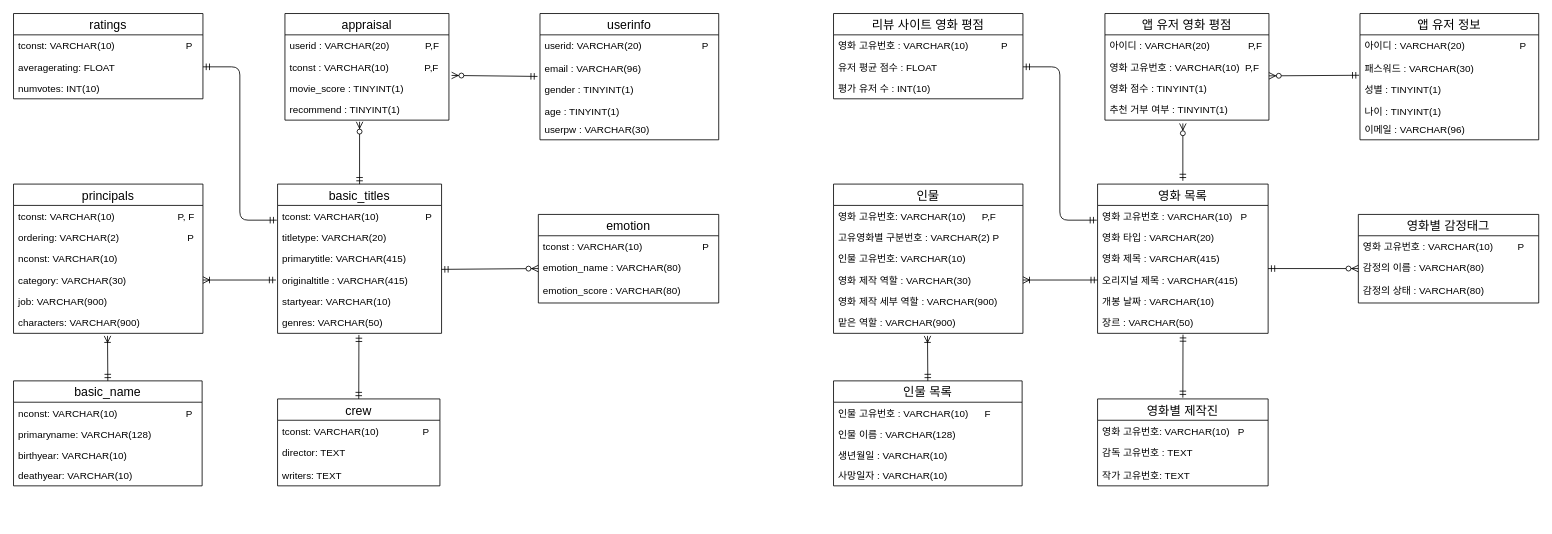
Earlier version of the draw.io diagram Project/draw.io/[DB] ERD.drawio (jjunjang/take_a_look_Dev). Source tidied: cells renumbered, new cells numbered last; positions are measured from the earlier drawing's top-left corner, leaving out a move shared by most shapes. Both pictures are drawn from the tidied source at 82%, with x=0, y=0 at pixel (13, 13).
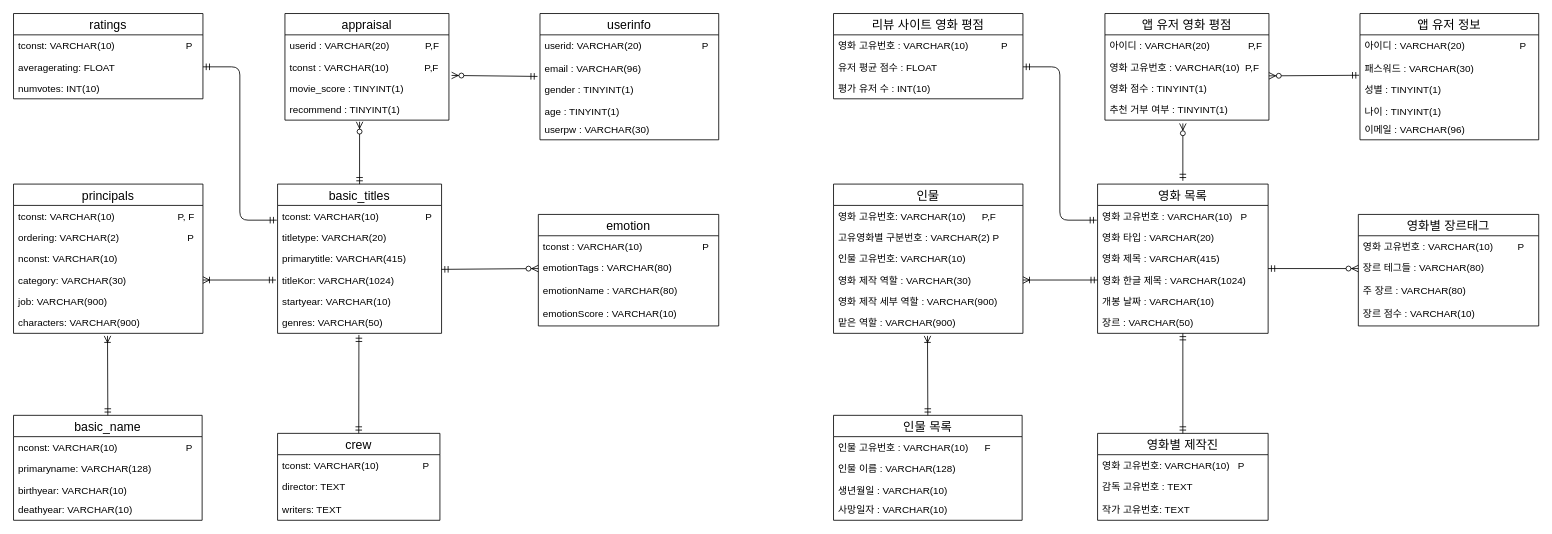
The same page after the edit.

The change refers to these unchanged cells:
```xml
<mxCell id="6" value="영화 제작 역할 : VARCHAR(30)" style="text;strokeColor=none;fillColor=none;align=left;verticalAlign=top;spacingLeft=4;spacingRight=4;overflow=hidden;points=[[0,0.5],[1,0.5]];portConstraint=eastwest;" parent="2" vertex="1">
  <mxGeometry y="104" width="231" height="26" as="geometry" />
</mxCell>
<mxCell id="9" value="영화 목록" style="swimlane;fontStyle=0;horizontal=1;startSize=26;fillColor=none;fontSize=15;" parent="1" vertex="1">
  <mxGeometry x="1322" y="208" width="208" height="182" as="geometry" />
</mxCell>
<mxCell id="15" value="장르 : VARCHAR(50)" style="text;strokeColor=none;fillColor=none;align=left;verticalAlign=top;spacingLeft=4;spacingRight=4;overflow=hidden;points=[[0,0.5],[1,0.5]];portConstraint=eastwest;" parent="9" vertex="1">
  <mxGeometry y="156" width="208" height="26" as="geometry" />
</mxCell>
<mxCell id="58" value="basic_titles" style="swimlane;fontStyle=0;horizontal=1;startSize=26;fillColor=none;fontSize=15;" parent="1" vertex="1">
  <mxGeometry x="322" y="208" width="200" height="182" as="geometry" />
</mxCell>
```

Change to the diagram source:
```diff
@@
-    <mxCell id="13" value="오리지널 제목 : VARCHAR(415)" style="text;strokeColor=none;fillColor=none;align=left;verticalAlign=top;spacingLeft=4;spacingRight=4;overflow=hidden;points=[[0,0.5],[1,0.5]];portConstraint=eastwest;" parent="9" vertex="1">
-      <mxGeometry y="104" width="208" height="26" as="geometry" />
-    </mxCell>
+    <mxCell id="100" value="영화 한글 제목 : VARCHAR(1024)&#10;" style="text;strokeColor=none;fillColor=none;align=left;verticalAlign=top;spacingLeft=4;spacingRight=4;overflow=hidden;points=[[0,0.5],[1,0.5]];portConstraint=eastwest;" parent="9" vertex="1">
+      <mxGeometry y="104" width="208" height="26" as="geometry" />
+    </mxCell>
@@
     <mxCell id="16" value="인물 목록" style="swimlane;fontStyle=0;horizontal=1;startSize=26;fillColor=none;fontSize=15;" parent="1" vertex="1">
-      <mxGeometry x="1000" y="448" width="230" height="128" as="geometry" />
+      <mxGeometry x="1000" y="490" width="230" height="128" as="geometry" />
     </mxCell>
@@
     <mxCell id="21" value="영화별 제작진" style="swimlane;fontStyle=0;horizontal=1;startSize=26;fillColor=none;fontSize=15;" parent="1" vertex="1">
-      <mxGeometry x="1322" y="470" width="208" height="106" as="geometry" />
+      <mxGeometry x="1322" y="512" width="208" height="106" as="geometry" />
     </mxCell>
@@
-    <mxCell id="26" style="fontSize=12;html=1;endArrow=ERmandOne;startArrow=ERmandOne;exitX=0.5;exitY=0;exitDx=0;exitDy=0;entryX=0.496;entryY=1.12;entryDx=0;entryDy=0;entryPerimeter=0;" parent="1" edge="1">
-      <mxGeometry relative="1" as="geometry">
-        <mxPoint x="1426" y="468.5" as="sourcePoint" />
-        <mxPoint x="1426.2" y="391.6" as="targetPoint" />
-      </mxGeometry>
+    <mxCell id="26" style="fontSize=12;html=1;endArrow=ERmandOne;startArrow=ERmandOne;" parent="1" edge="1" source="21" target="15">
+      <mxGeometry relative="1" as="geometry" />
     </mxCell>
@@
-    <mxCell id="42" value="영화별 감정태그" style="swimlane;fontStyle=0;horizontal=1;startSize=26;fillColor=none;fontSize=15;" parent="1" vertex="1">
-      <mxGeometry x="1640" y="245" width="220" height="108" as="geometry" />
+    <mxCell id="42" value="영화별 장르태그" style="swimlane;fontStyle=0;horizontal=1;startSize=26;fillColor=none;fontSize=15;" parent="1" vertex="1">
+      <mxGeometry x="1640" y="245" width="220" height="136" as="geometry" />
     </mxCell>
@@
-    <mxCell id="44" value="감정의 이름 : VARCHAR(80)" style="text;strokeColor=none;fillColor=none;align=left;verticalAlign=top;spacingLeft=4;spacingRight=4;overflow=hidden;points=[[0,0.5],[1,0.5]];portConstraint=eastwest;" parent="42" vertex="1">
+    <mxCell id="44" value="장르 테그들 : VARCHAR(80)" style="text;strokeColor=none;fillColor=none;align=left;verticalAlign=top;spacingLeft=4;spacingRight=4;overflow=hidden;points=[[0,0.5],[1,0.5]];portConstraint=eastwest;" parent="42" vertex="1">
       <mxGeometry y="52" width="220" height="28" as="geometry" />
     </mxCell>
-    <mxCell id="45" value="감정의 상태 : VARCHAR(80)" style="text;strokeColor=none;fillColor=none;align=left;verticalAlign=top;spacingLeft=4;spacingRight=4;overflow=hidden;" parent="42" vertex="1">
+    <mxCell id="45" value="주 장르 : VARCHAR(80)" style="text;strokeColor=none;fillColor=none;align=left;verticalAlign=top;spacingLeft=4;spacingRight=4;overflow=hidden;" parent="42" vertex="1">
       <mxGeometry y="80" width="220" height="28" as="geometry" />
     </mxCell>
+    <mxCell id="101" value="장르 점수 : VARCHAR(10)" style="text;strokeColor=none;fillColor=none;align=left;verticalAlign=top;spacingLeft=4;spacingRight=4;overflow=hidden;" parent="42" vertex="1">
+      <mxGeometry y="108" width="220" height="28" as="geometry" />
+    </mxCell>
@@
-    <mxCell id="50" style="fontSize=12;html=1;endArrow=ERoneToMany;startArrow=ERmandOne;exitX=0;exitY=0.5;exitDx=0;exitDy=0;entryX=1;entryY=0.5;entryDx=0;entryDy=0;" parent="1" edge="1" source="13" target="6">
+    <mxCell id="50" style="fontSize=12;html=1;endArrow=ERoneToMany;startArrow=ERmandOne;exitX=0;exitY=0.5;exitDx=0;exitDy=0;entryX=1;entryY=0.5;entryDx=0;entryDy=0;" parent="1" edge="1" source="100" target="6">
       <mxGeometry relative="1" as="geometry" />
     </mxCell>
@@
-    <mxCell id="62" value="originaltitle : VARCHAR(415)" style="text;strokeColor=none;fillColor=none;align=left;verticalAlign=top;spacingLeft=4;spacingRight=4;overflow=hidden;" parent="58" vertex="1">
-      <mxGeometry y="104" width="200" height="26" as="geometry" />
-    </mxCell>
+    <mxCell id="102" value="titleKor: VARCHAR(1024)&#10;" style="text;strokeColor=none;fillColor=none;align=left;verticalAlign=top;spacingLeft=4;spacingRight=4;overflow=hidden;" parent="58" vertex="1">
+      <mxGeometry y="104" width="200" height="26" as="geometry" />
+    </mxCell>
@@
     <mxCell id="65" value="basic_name" style="swimlane;fontStyle=0;horizontal=1;startSize=26;fillColor=none;fontSize=15;" parent="1" vertex="1">
-      <mxGeometry y="448" width="230" height="128" as="geometry" />
+      <mxGeometry y="490" width="230" height="128" as="geometry" />
     </mxCell>
@@
     <mxCell id="70" value="crew" style="swimlane;fontStyle=0;horizontal=1;startSize=26;fillColor=none;fontSize=15;" parent="1" vertex="1">
-      <mxGeometry x="322" y="470" width="198" height="106" as="geometry" />
+      <mxGeometry x="322" y="512" width="198" height="106" as="geometry" />
     </mxCell>
@@
     <mxCell id="91" value="emotion" style="swimlane;fontStyle=0;horizontal=1;startSize=26;fillColor=none;fontSize=15;" parent="1" vertex="1">
-      <mxGeometry x="640" y="245" width="220" height="108" as="geometry" />
+      <mxGeometry x="640" y="245" width="220" height="136" as="geometry" />
     </mxCell>
@@
-    <mxCell id="93" value="emotion_name : VARCHAR(80)" style="text;strokeColor=none;fillColor=none;align=left;verticalAlign=top;spacingLeft=4;spacingRight=4;overflow=hidden;points=[[0,0.5],[1,0.5]];portConstraint=eastwest;" parent="91" vertex="1">
+    <mxCell id="93" value="emotionTags : VARCHAR(80)" style="text;strokeColor=none;fillColor=none;align=left;verticalAlign=top;spacingLeft=4;spacingRight=4;overflow=hidden;points=[[0,0.5],[1,0.5]];portConstraint=eastwest;" parent="91" vertex="1">
       <mxGeometry y="52" width="220" height="28" as="geometry" />
     </mxCell>
-    <mxCell id="94" value="emotion_score : VARCHAR(80)" style="text;strokeColor=none;fillColor=none;align=left;verticalAlign=top;spacingLeft=4;spacingRight=4;overflow=hidden;" parent="91" vertex="1">
+    <mxCell id="94" value="emotionName : VARCHAR(80)" style="text;strokeColor=none;fillColor=none;align=left;verticalAlign=top;spacingLeft=4;spacingRight=4;overflow=hidden;" parent="91" vertex="1">
       <mxGeometry y="80" width="220" height="28" as="geometry" />
     </mxCell>
+    <mxCell id="103" value="emotionScore : VARCHAR(10)" style="text;strokeColor=none;fillColor=none;align=left;verticalAlign=top;spacingLeft=4;spacingRight=4;overflow=hidden;" parent="91" vertex="1">
+      <mxGeometry y="108" width="220" height="28" as="geometry" />
+    </mxCell>
```
